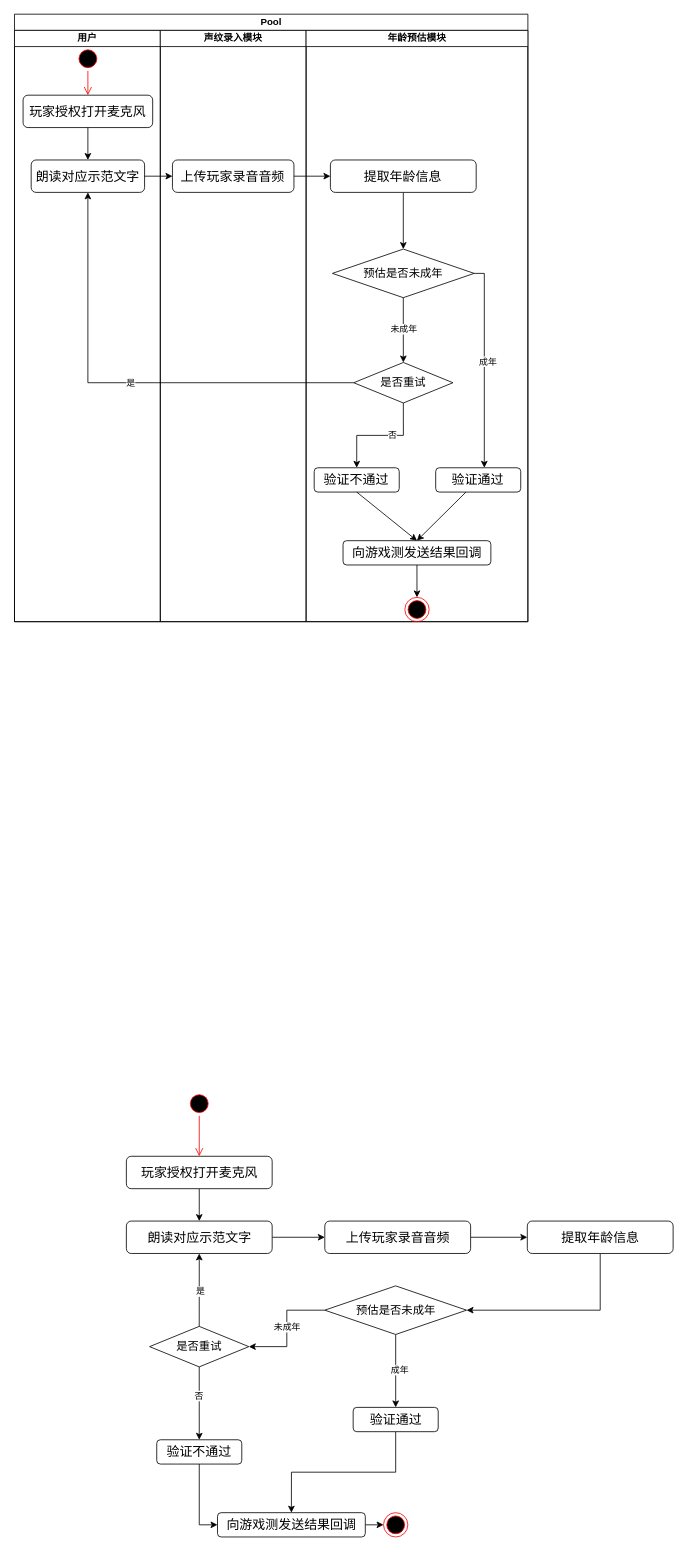
Before: 年龄预估活动图.drawio in Chuhan1112/Chuhan1112.github.io, a draw.io diagram. Source tidied: cells renumbered, new cells numbered last; positions are measured from the earlier drawing's top-left corner, leaving out a move shared by most shapes. Both pictures are drawn from the tidied source at 81%, with x=0, y=0 at pixel (14, 14).
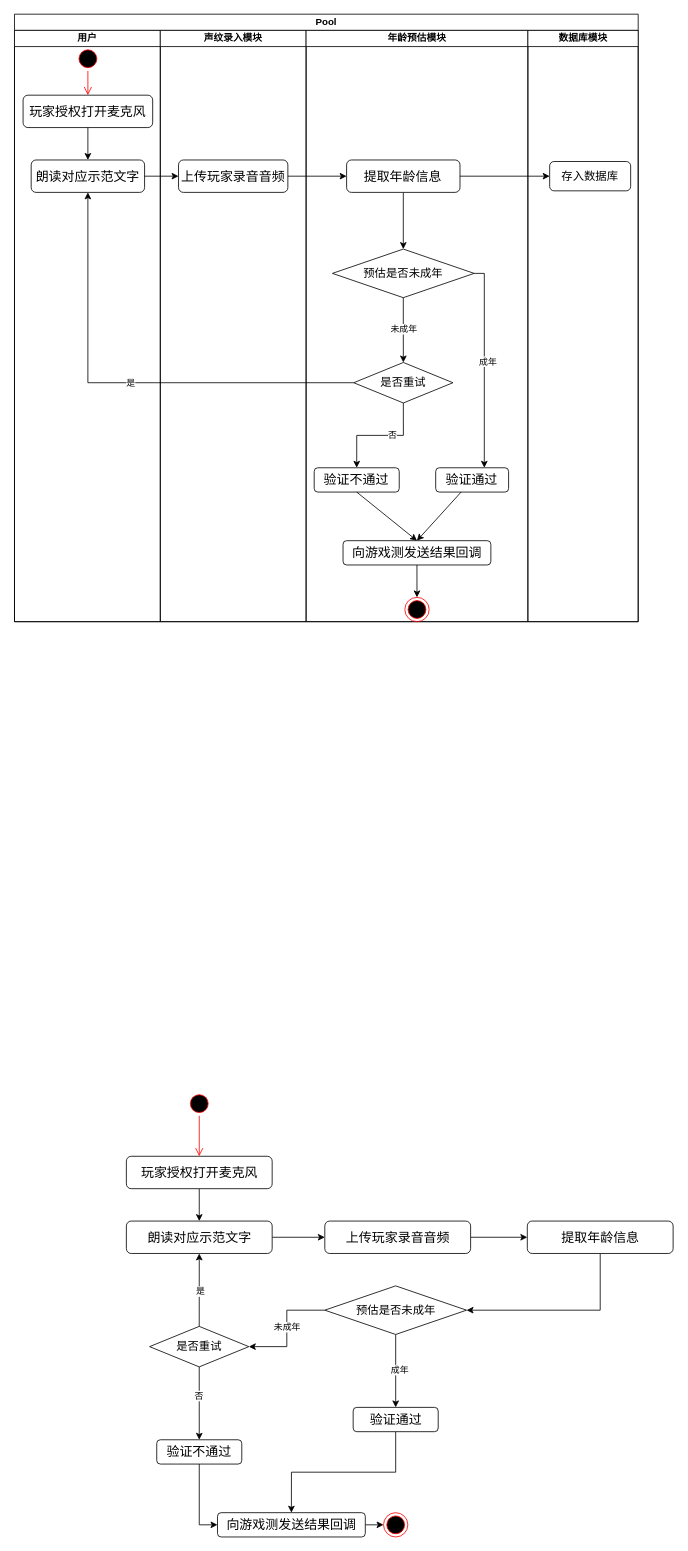
The same page after the edit.

Commit message:
更新年龄预估活动图.drawio

The change refers to these unchanged cells:
```xml
<mxCell id="36" value="声纹录入模块" style="swimlane;startSize=20;html=1;" parent="29" vertex="1">
  <mxGeometry x="180" y="20" width="180" height="730" as="geometry" />
</mxCell>
<mxCell id="42" value="年龄预估模块" style="swimlane;startSize=20;html=1;" parent="29" vertex="1">
  <mxGeometry x="360" y="20" width="273.8" height="730" as="geometry" />
</mxCell>
<mxCell id="46" value="&lt;span style=&quot;font-size: 14px;&quot;&gt;是否重试&lt;/span&gt;" style="rhombus;whiteSpace=wrap;html=1;" parent="42" vertex="1">
  <mxGeometry x="58.8" y="410" width="122.5" height="50" as="geometry" />
</mxCell>
<mxCell id="52" value="&lt;font size=&quot;3&quot; face=&quot;Lucida Console&quot;&gt;验证不通过&lt;/font&gt;" style="rounded=1;whiteSpace=wrap;html=1;" parent="42" vertex="1">
  <mxGeometry x="10" y="540" width="105" height="30" as="geometry" />
</mxCell>
```

Diff of the diagram source:
```diff
@@
     <mxCell id="29" value="Pool" style="swimlane;startSize=20;html=1;" parent="1" vertex="1">
-      <mxGeometry x="0.4" width="633.8" height="750" as="geometry" />
+      <mxGeometry x="0.4" width="770" height="750" as="geometry" />
     </mxCell>
@@
     <mxCell id="37" value="&lt;font face=&quot;Lucida Console&quot; style=&quot;font-size: 16px;&quot;&gt;上传玩家录音音频&lt;/font&gt;" style="rounded=1;whiteSpace=wrap;html=1;" parent="36" vertex="1">
-      <mxGeometry x="15" y="160" width="150" height="40" as="geometry" />
+      <mxGeometry x="22.5" y="160" width="135" height="40" as="geometry" />
     </mxCell>
@@
     <mxCell id="44" value="&lt;font size=&quot;3&quot; face=&quot;Lucida Console&quot;&gt;提取年龄信息&lt;/font&gt;" style="rounded=1;whiteSpace=wrap;html=1;" parent="42" vertex="1">
-      <mxGeometry x="30" y="160" width="180" height="40" as="geometry" />
+      <mxGeometry x="50" y="160" width="140" height="40" as="geometry" />
     </mxCell>
@@
     <mxCell id="49" value="&lt;font size=&quot;3&quot; face=&quot;Lucida Console&quot;&gt;验证通过&lt;/font&gt;" style="rounded=1;whiteSpace=wrap;html=1;" parent="42" vertex="1">
-      <mxGeometry x="160" y="540" width="105" height="30" as="geometry" />
+      <mxGeometry x="160" y="540" width="90" height="30" as="geometry" />
     </mxCell>
@@
-    <mxCell id="53" style="edgeStyle=orthogonalEdgeStyle;rounded=0;jettySize=auto;html=1;exitX=0.5;exitY=1;exitDx=0;exitDy=0;entryX=0.5;entryY=0;entryDx=0;entryDy=0;" parent="42" edge="1" source="46" target="52">
+    <mxCell id="53" style="rounded=0;jettySize=auto;html=1;exitX=0.5;exitY=1;exitDx=0;exitDy=0;entryX=0.5;entryY=0;entryDx=0;entryDy=0;edgeStyle=orthogonalEdgeStyle;" parent="42" edge="1" source="46" target="52">
       <mxGeometry relative="1" as="geometry" />
     </mxCell>
@@
+    <mxCell id="60" value="数据库模块" style="swimlane;startSize=20;html=1;" parent="29" vertex="1">
+      <mxGeometry x="633.8" y="20" width="136.2" height="730" as="geometry" />
+    </mxCell>
+    <mxCell id="61" value="&lt;font face=&quot;Lucida Console&quot;&gt;&lt;span style=&quot;font-size: 14px;&quot;&gt;存入数据库&lt;/span&gt;&lt;/font&gt;" style="rounded=1;whiteSpace=wrap;html=1;" parent="60" vertex="1">
+      <mxGeometry x="26.9" y="161.9" width="100" height="36.2" as="geometry" />
+    </mxCell>
+    <mxCell id="62" style="edgeStyle=orthogonalEdgeStyle;rounded=0;jettySize=auto;html=1;entryX=0;entryY=0.5;entryDx=0;entryDy=0;" parent="29" edge="1" source="44" target="61">
+      <mxGeometry relative="1" as="geometry" />
+    </mxCell>
```
